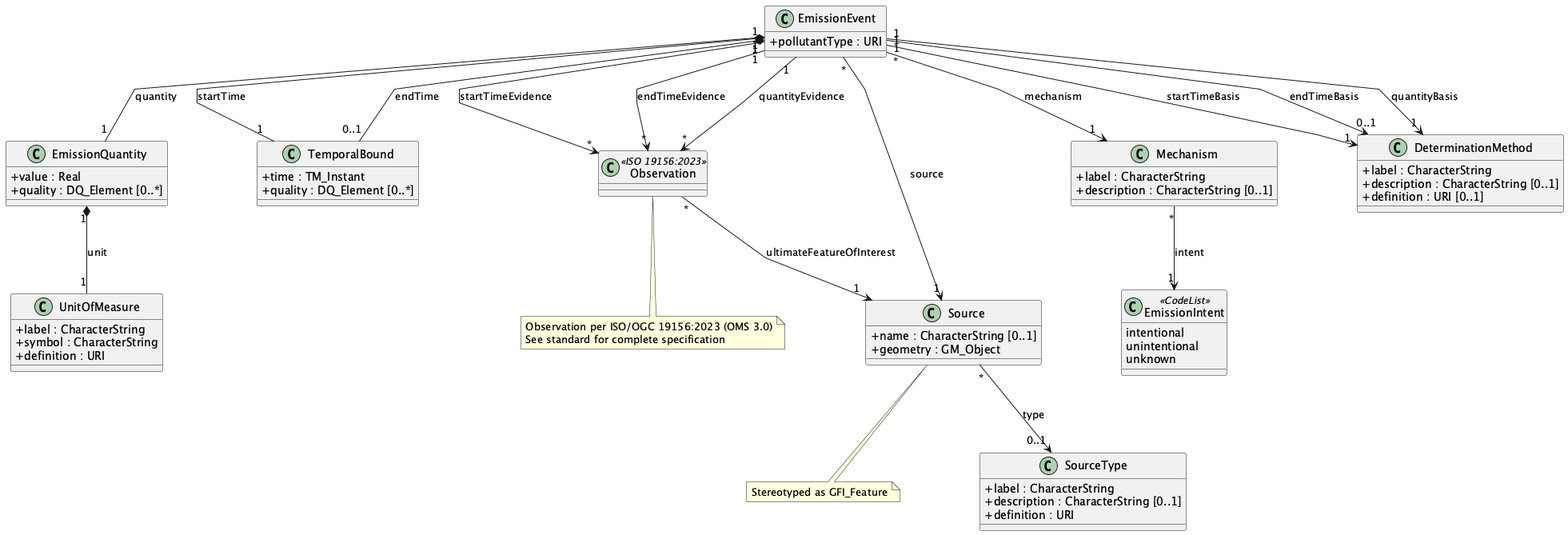
The PlantUML diagram images/core-emissionml-class.png in opengeospatial/EmissionML, before a commit.
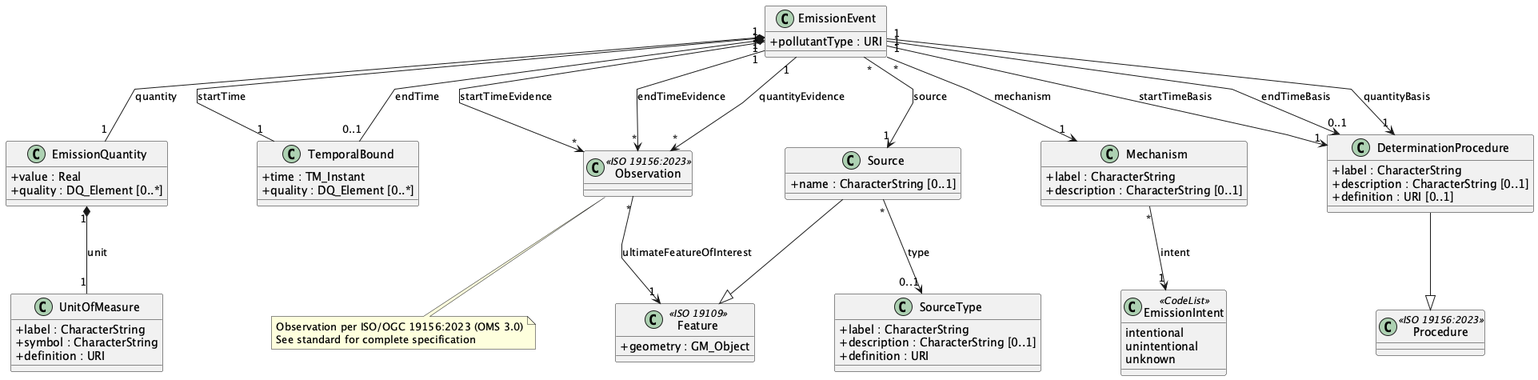
The same file after the commit.

Commit message:
Rename DeterminationMethod to DeterminationProcedure, add Procedure base class

The edit, as a diff of the source:
```diff
@@ -29,11 +29,15 @@
 }
 note bottom of Observation : Observation per ISO/OGC 19156:2023 (OMS 3.0)\nSee standard for complete specification
 
+class Feature <<ISO 19109>> {
+  +geometry : GM_Object
+}
+
 class Source {
   +name : CharacterString [0..1]
-  +geometry : GM_Object
 }
-note bottom of Source : Stereotyped as GFI_Feature
+
+Source --|> Feature
 
 class SourceType {
   +label : CharacterString
@@ -52,11 +56,16 @@
   unknown
 }
 
-class DeterminationMethod {
+class Procedure <<ISO 19156:2023>> {
+}
+
+class DeterminationProcedure {
   +label : CharacterString
   +description : CharacterString [0..1]
   +definition : URI [0..1]
 }
+
+DeterminationProcedure --|> Procedure
 
 
 EmissionEvent "1" *-- "1" EmissionQuantity : quantity
@@ -69,11 +78,11 @@
 EmissionEvent "1" --> "*" Observation : endTimeEvidence
 EmissionEvent "1" --> "*" Observation : quantityEvidence
 
-EmissionEvent "1" --> "1" DeterminationMethod : startTimeBasis
-EmissionEvent "1" --> "0..1" DeterminationMethod : endTimeBasis
-EmissionEvent "1" --> "1" DeterminationMethod : quantityBasis
+EmissionEvent "1" --> "1" DeterminationProcedure : startTimeBasis
+EmissionEvent "1" --> "0..1" DeterminationProcedure : endTimeBasis
+EmissionEvent "1" --> "1" DeterminationProcedure : quantityBasis
 
-Observation "*" --> "1" Source : ultimateFeatureOfInterest
+Observation "*" --> "1" Feature : ultimateFeatureOfInterest
 
 EmissionQuantity "1" *-- "1" UnitOfMeasure : unit
 
```
